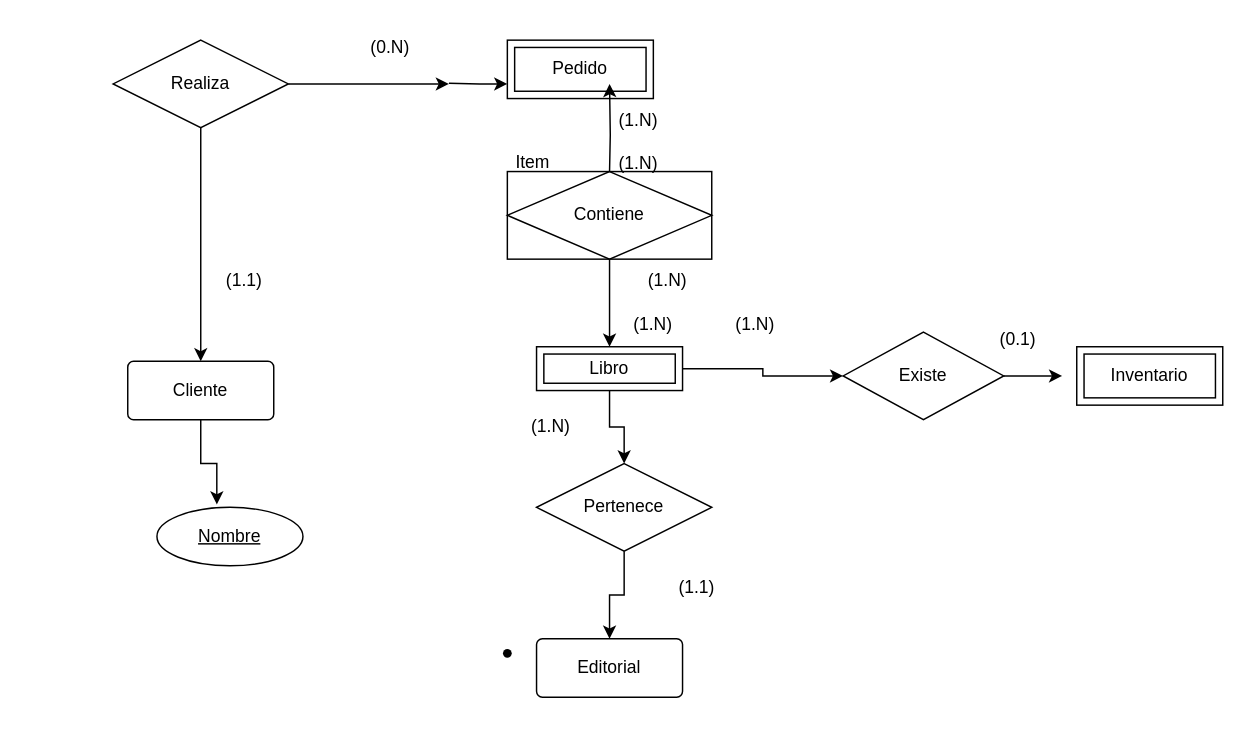
This is db/modelo.drawio from Sergio-Tolaba/ds_ej, a draw.io file, before an edit. Source tidied: cells renumbered, new cells numbered last; positions are measured from the earlier drawing's top-left corner, leaving out a move shared by most shapes. Both pictures are drawn from the tidied source at 146%, with x=0, y=0 at pixel (112, 25).
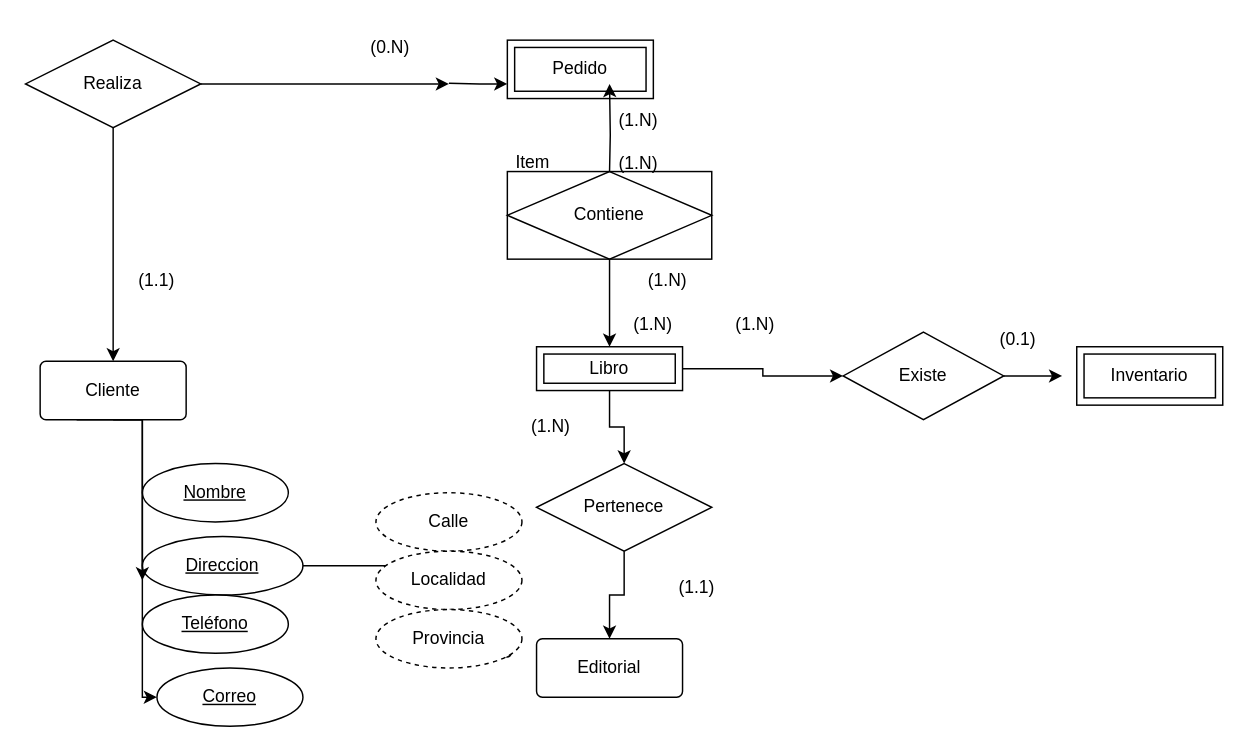
The same page after the edit.

Commit message:
Atributos, tb derivados modelo.drawio

Diff of the diagram source:
```diff
@@
-    <mxCell id="2" style="edgeStyle=orthogonalEdgeStyle;rounded=0;jettySize=auto;html=1;entryX=0.41;entryY=-0.05;entryDx=0;entryDy=0;entryPerimeter=0;" parent="1" edge="1" source="3" target="34">
-      <mxGeometry relative="1" as="geometry" />
-    </mxCell>
     <mxCell id="3" value="Cliente" style="rounded=1;arcSize=10;whiteSpace=wrap;html=1;align=center;" parent="1" vertex="1">
-      <mxGeometry x="10" y="230" width="100" height="40" as="geometry" />
+      <mxGeometry x="-50" y="230" width="100" height="40" as="geometry" />
     </mxCell>
@@
     <mxCell id="12" style="edgeStyle=orthogonalEdgeStyle;rounded=0;jettySize=auto;html=1;exitX=0.5;exitY=1;exitDx=0;exitDy=0;" parent="1" edge="1" source="13">
       <mxGeometry relative="1" as="geometry">
-        <mxPoint x="60" y="230" as="targetPoint" />
+        <mxPoint y="230" as="targetPoint" />
       </mxGeometry>
     </mxCell>
     <mxCell id="13" value="Realiza" style="shape=rhombus;perimeter=rhombusPerimeter;whiteSpace=wrap;html=1;align=center;" parent="1" vertex="1">
-      <mxGeometry y="10" width="120" height="60" as="geometry" />
+      <mxGeometry x="-60" y="10" width="120" height="60" as="geometry" />
     </mxCell>
     <mxCell id="14" value="(1.1)" style="text;html=1;align=center;verticalAlign=middle;whiteSpace=wrap;rounded=0;" parent="1" vertex="1">
-      <mxGeometry x="60" y="160" width="60" height="30" as="geometry" />
+      <mxGeometry y="160" width="60" height="30" as="geometry" />
     </mxCell>
@@
     <mxCell id="34" value="Nombre" style="ellipse;whiteSpace=wrap;html=1;align=center;fontStyle=4;" parent="1" vertex="1">
-      <mxGeometry x="30" y="330" width="100" height="40" as="geometry" />
+      <mxGeometry x="20" y="300" width="100" height="40" as="geometry" />
     </mxCell>
+    <mxCell id="35" style="edgeStyle=orthogonalEdgeStyle;rounded=0;jettySize=auto;html=1;" parent="1" edge="1" source="36" target="43">
+      <mxGeometry relative="1" as="geometry" />
+    </mxCell>
+    <mxCell id="36" value="Direccion" style="ellipse;whiteSpace=wrap;html=1;align=center;fontStyle=4;" parent="1" vertex="1">
+      <mxGeometry x="20" y="350" width="110" height="40" as="geometry" />
+    </mxCell>
+    <mxCell id="37" value="Correo" style="ellipse;whiteSpace=wrap;html=1;align=center;fontStyle=4;" parent="1" vertex="1">
+      <mxGeometry x="30" y="440" width="100" height="40" as="geometry" />
+    </mxCell>
+    <mxCell id="38" value="Teléfono" style="ellipse;whiteSpace=wrap;html=1;align=center;fontStyle=4;" parent="1" vertex="1">
+      <mxGeometry x="20" y="390" width="100" height="40" as="geometry" />
+    </mxCell>
+    <mxCell id="39" style="edgeStyle=orthogonalEdgeStyle;rounded=0;jettySize=auto;html=1;exitX=0.25;exitY=1;exitDx=0;exitDy=0;entryX=0;entryY=0.75;entryDx=0;entryDy=0;entryPerimeter=0;" parent="1" edge="1" source="3" target="36">
+      <mxGeometry relative="1" as="geometry">
+        <Array as="points">
+          <mxPoint x="20" y="270" />
+        </Array>
+      </mxGeometry>
+    </mxCell>
+    <mxCell id="40" style="edgeStyle=orthogonalEdgeStyle;rounded=0;jettySize=auto;html=1;entryX=0;entryY=0.5;entryDx=0;entryDy=0;" parent="1" edge="1" target="37">
+      <mxGeometry relative="1" as="geometry">
+        <mxPoint y="270" as="sourcePoint" />
+        <Array as="points">
+          <mxPoint x="20" y="270" />
+          <mxPoint x="20" y="460" />
+        </Array>
+      </mxGeometry>
+    </mxCell>
+    <mxCell id="41" value="Calle" style="ellipse;whiteSpace=wrap;html=1;align=center;dashed=1;" parent="1" vertex="1">
+      <mxGeometry x="180" y="320" width="100" height="40" as="geometry" />
+    </mxCell>
+    <mxCell id="42" value="Localidad" style="ellipse;whiteSpace=wrap;html=1;align=center;dashed=1;" parent="1" vertex="1">
+      <mxGeometry x="180" y="360" width="100" height="40" as="geometry" />
+    </mxCell>
+    <mxCell id="43" value="Provincia" style="ellipse;whiteSpace=wrap;html=1;align=center;dashed=1;" parent="1" vertex="1">
+      <mxGeometry x="180" y="400" width="100" height="40" as="geometry" />
+    </mxCell>
```
